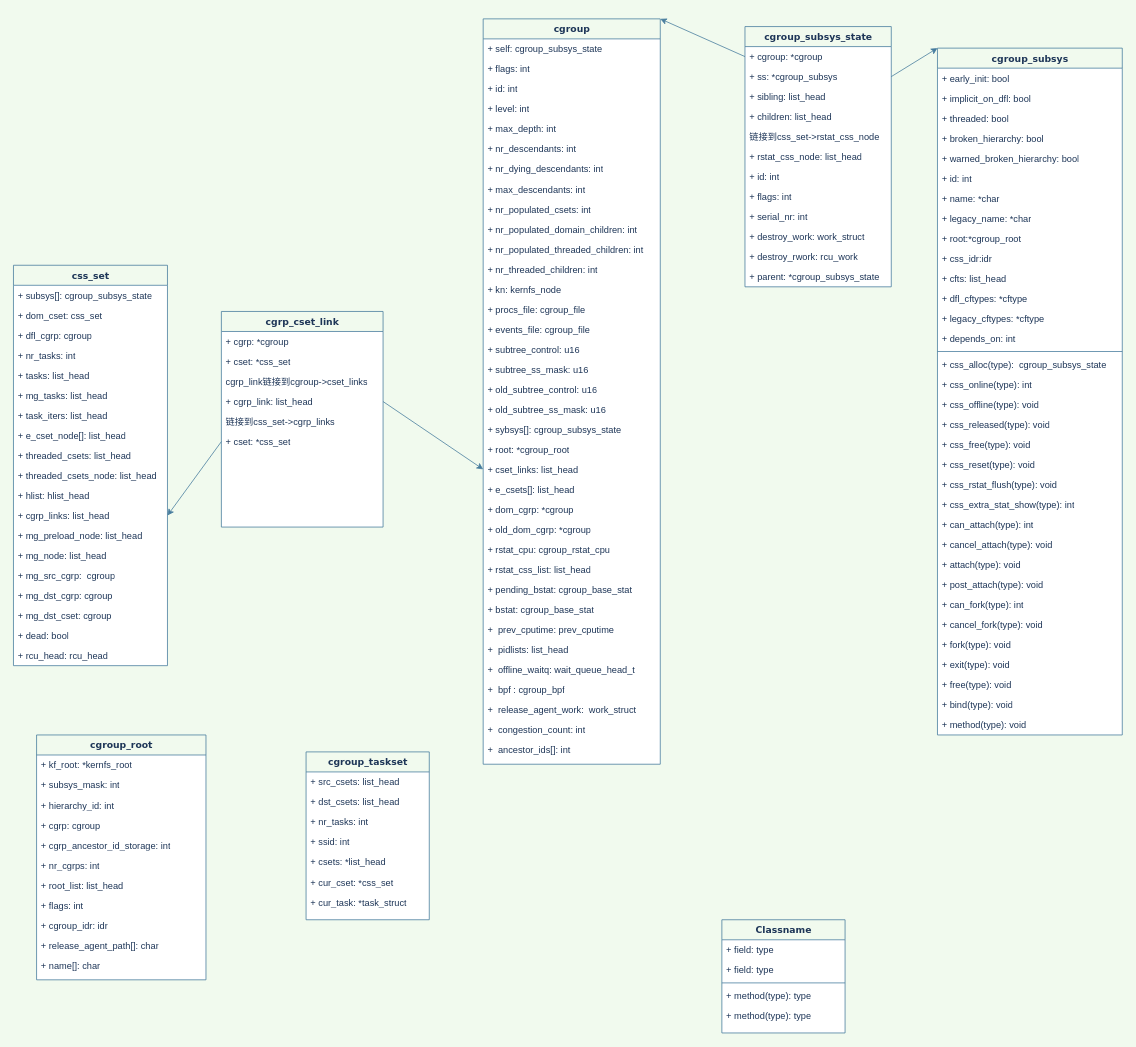
The draw.io diagram 调试/cgroups.drawio in 0x88888888/Linux-4.19, before the edit. Source tidied: cells renumbered, new cells numbered last; positions are measured from the earlier drawing's top-left corner, leaving out a move shared by most shapes. Both pictures are drawn from the tidied source at 77%, with x=0, y=0 at pixel (13, 18).
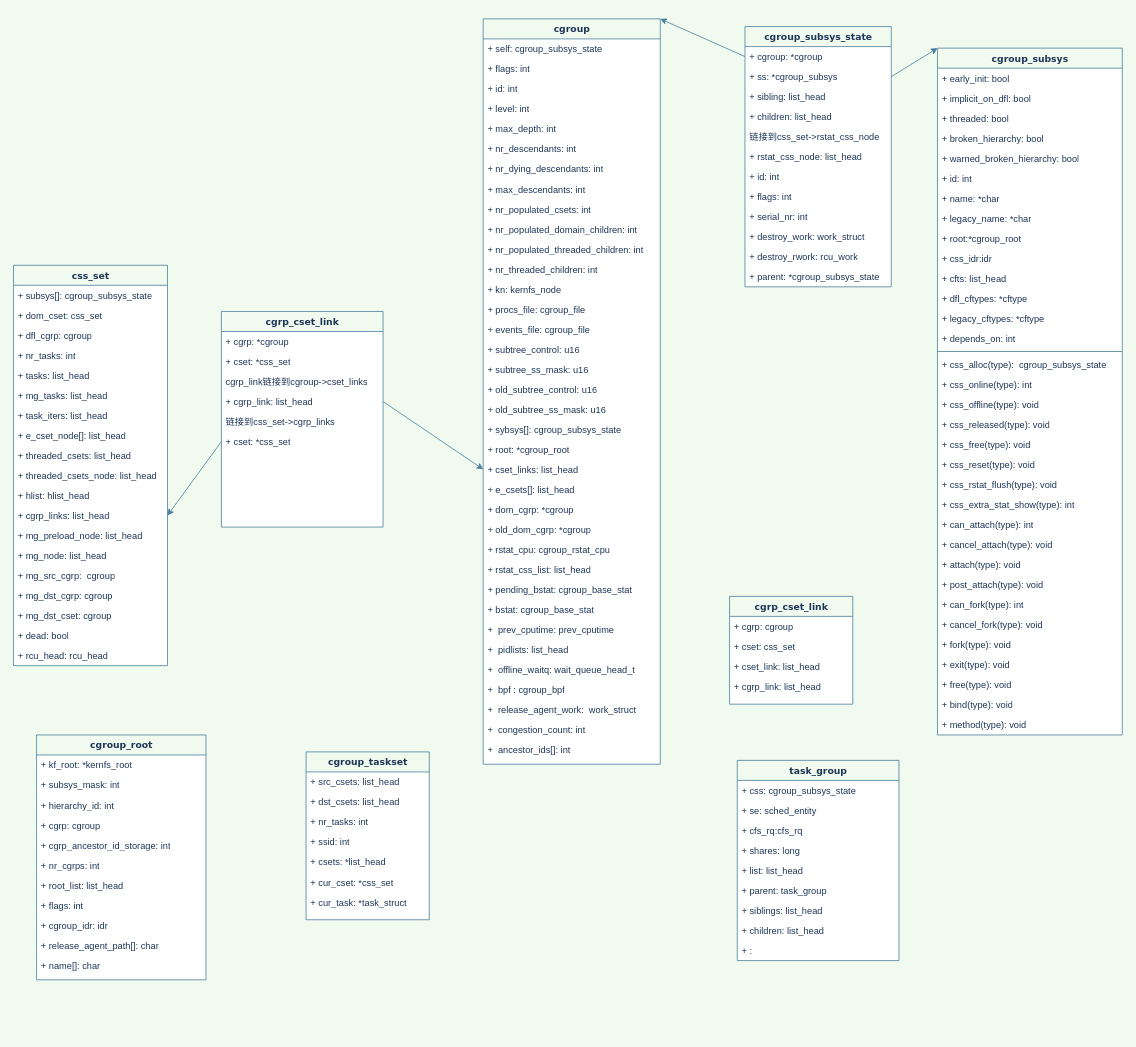
The same page after the edit.

The edit, as a diff of the source:
```diff
@@
-    <mxCell id="134" value="Classname" style="swimlane;html=1;fontStyle=1;align=center;verticalAlign=top;horizontal=1;startSize=26;swimlaneFillColor=#ffffff;rounded=0;shadow=0;comic=0;labelBackgroundColor=none;strokeWidth=1;fillColor=none;fontFamily=Verdana;fontSize=12;strokeColor=#457B9D;fontColor=#1D3557;" parent="1" vertex="1">
-      <mxGeometry x="920" y="1170" width="160" height="147" as="geometry" />
+    <mxCell id="134" value="cgrp_cset_link" style="swimlane;html=1;fontStyle=1;align=center;verticalAlign=top;horizontal=1;startSize=26;swimlaneFillColor=#ffffff;rounded=0;shadow=0;comic=0;labelBackgroundColor=none;strokeWidth=1;fillColor=none;fontFamily=Verdana;fontSize=12;strokeColor=#457B9D;fontColor=#1D3557;" parent="1" vertex="1">
+      <mxGeometry x="930" y="750" width="160" height="140" as="geometry" />
     </mxCell>
-    <mxCell id="135" value="+ field: type" style="text;html=1;strokeColor=none;fillColor=none;align=left;verticalAlign=top;spacingLeft=4;spacingRight=4;whiteSpace=wrap;overflow=hidden;fontColor=#1D3557;" parent="134" vertex="1">
+    <mxCell id="135" value="+ cgrp:&amp;nbsp;cgroup" style="text;html=1;strokeColor=none;fillColor=none;align=left;verticalAlign=top;spacingLeft=4;spacingRight=4;whiteSpace=wrap;overflow=hidden;fontColor=#1D3557;" parent="134" vertex="1">
       <mxGeometry y="26" width="160" height="26" as="geometry" />
     </mxCell>
-    <mxCell id="136" value="+ field: type" style="text;html=1;strokeColor=none;fillColor=none;align=left;verticalAlign=top;spacingLeft=4;spacingRight=4;whiteSpace=wrap;overflow=hidden;fontColor=#1D3557;" parent="134" vertex="1">
+    <mxCell id="136" value="+ cset:&amp;nbsp;css_set" style="text;html=1;strokeColor=none;fillColor=none;align=left;verticalAlign=top;spacingLeft=4;spacingRight=4;whiteSpace=wrap;overflow=hidden;fontColor=#1D3557;" parent="134" vertex="1">
       <mxGeometry y="52" width="160" height="26" as="geometry" />
     </mxCell>
-    <mxCell id="137" style="line;html=1;strokeWidth=1;fillColor=none;align=left;verticalAlign=middle;spacingTop=-1;spacingLeft=3;spacingRight=3;labelPosition=right;strokeColor=#457B9D;fontColor=#1D3557;labelBackgroundColor=#F1FAEE;" parent="134" vertex="1">
-      <mxGeometry y="78" width="160" height="8" as="geometry" />
-    </mxCell>
-    <mxCell id="138" value="+ method(type): type" style="text;html=1;strokeColor=none;fillColor=none;align=left;verticalAlign=top;spacingLeft=4;spacingRight=4;whiteSpace=wrap;overflow=hidden;fontColor=#1D3557;" parent="134" vertex="1">
-      <mxGeometry y="86" width="160" height="26" as="geometry" />
-    </mxCell>
-    <mxCell id="139" value="+ method(type): type" style="text;html=1;strokeColor=none;fillColor=none;align=left;verticalAlign=top;spacingLeft=4;spacingRight=4;whiteSpace=wrap;overflow=hidden;fontColor=#1D3557;" parent="134" vertex="1">
-      <mxGeometry y="112" width="160" height="26" as="geometry" />
-    </mxCell>
+    <mxCell id="144" value="+ cset_link:&amp;nbsp;list_head" style="text;html=1;strokeColor=none;fillColor=none;align=left;verticalAlign=top;spacingLeft=4;spacingRight=4;whiteSpace=wrap;overflow=hidden;fontColor=#1D3557;" parent="134" vertex="1">
+      <mxGeometry y="78" width="160" height="26" as="geometry" />
+    </mxCell>
+    <mxCell id="145" value="+ cgrp_link:&amp;nbsp;list_head" style="text;html=1;strokeColor=none;fillColor=none;align=left;verticalAlign=top;spacingLeft=4;spacingRight=4;whiteSpace=wrap;overflow=hidden;fontColor=#1D3557;" parent="134" vertex="1">
+      <mxGeometry y="104" width="160" height="26" as="geometry" />
+    </mxCell>
@@
+    <mxCell id="146" value="task_group" style="swimlane;html=1;fontStyle=1;align=center;verticalAlign=top;horizontal=1;startSize=26;swimlaneFillColor=#ffffff;rounded=0;shadow=0;comic=0;labelBackgroundColor=none;strokeWidth=1;fillColor=none;fontFamily=Verdana;fontSize=12;strokeColor=#457B9D;fontColor=#1D3557;" parent="1" vertex="1">
+      <mxGeometry x="940" y="963" width="210" height="260" as="geometry" />
+    </mxCell>
+    <mxCell id="147" value="+ css:&amp;nbsp;cgroup_subsys_state&amp;nbsp;" style="text;html=1;strokeColor=none;fillColor=none;align=left;verticalAlign=top;spacingLeft=4;spacingRight=4;whiteSpace=wrap;overflow=hidden;fontColor=#1D3557;" parent="146" vertex="1">
+      <mxGeometry y="26" width="210" height="26" as="geometry" />
+    </mxCell>
+    <mxCell id="148" value="+ se:&amp;nbsp;sched_entity&amp;nbsp;" style="text;html=1;strokeColor=none;fillColor=none;align=left;verticalAlign=top;spacingLeft=4;spacingRight=4;whiteSpace=wrap;overflow=hidden;fontColor=#1D3557;" parent="146" vertex="1">
+      <mxGeometry y="52" width="210" height="26" as="geometry" />
+    </mxCell>
+    <mxCell id="149" value="+ cfs_rq:cfs_rq&amp;nbsp;" style="text;html=1;strokeColor=none;fillColor=none;align=left;verticalAlign=top;spacingLeft=4;spacingRight=4;whiteSpace=wrap;overflow=hidden;fontColor=#1D3557;" parent="146" vertex="1">
+      <mxGeometry y="78" width="210" height="26" as="geometry" />
+    </mxCell>
+    <mxCell id="150" value="+ shares: long&amp;nbsp;" style="text;html=1;strokeColor=none;fillColor=none;align=left;verticalAlign=top;spacingLeft=4;spacingRight=4;whiteSpace=wrap;overflow=hidden;fontColor=#1D3557;" parent="146" vertex="1">
+      <mxGeometry y="104" width="210" height="26" as="geometry" />
+    </mxCell>
+    <mxCell id="151" value="+ list: list_head" style="text;html=1;strokeColor=none;fillColor=none;align=left;verticalAlign=top;spacingLeft=4;spacingRight=4;whiteSpace=wrap;overflow=hidden;fontColor=#1D3557;" parent="146" vertex="1">
+      <mxGeometry y="130" width="210" height="26" as="geometry" />
+    </mxCell>
+    <mxCell id="152" value="+ parent: task_group&amp;nbsp;" style="text;html=1;strokeColor=none;fillColor=none;align=left;verticalAlign=top;spacingLeft=4;spacingRight=4;whiteSpace=wrap;overflow=hidden;fontColor=#1D3557;" parent="146" vertex="1">
+      <mxGeometry y="156" width="210" height="26" as="geometry" />
+    </mxCell>
+    <mxCell id="153" value="+ siblings: list_head&amp;nbsp;" style="text;html=1;strokeColor=none;fillColor=none;align=left;verticalAlign=top;spacingLeft=4;spacingRight=4;whiteSpace=wrap;overflow=hidden;fontColor=#1D3557;" parent="146" vertex="1">
+      <mxGeometry y="182" width="210" height="26" as="geometry" />
+    </mxCell>
+    <mxCell id="154" value="+ children: list_head&amp;nbsp;" style="text;html=1;strokeColor=none;fillColor=none;align=left;verticalAlign=top;spacingLeft=4;spacingRight=4;whiteSpace=wrap;overflow=hidden;fontColor=#1D3557;" parent="146" vertex="1">
+      <mxGeometry y="208" width="210" height="26" as="geometry" />
+    </mxCell>
+    <mxCell id="155" value="+ :&amp;nbsp;" style="text;html=1;strokeColor=none;fillColor=none;align=left;verticalAlign=top;spacingLeft=4;spacingRight=4;whiteSpace=wrap;overflow=hidden;fontColor=#1D3557;" parent="146" vertex="1">
+      <mxGeometry y="234" width="210" height="26" as="geometry" />
+    </mxCell>
```
